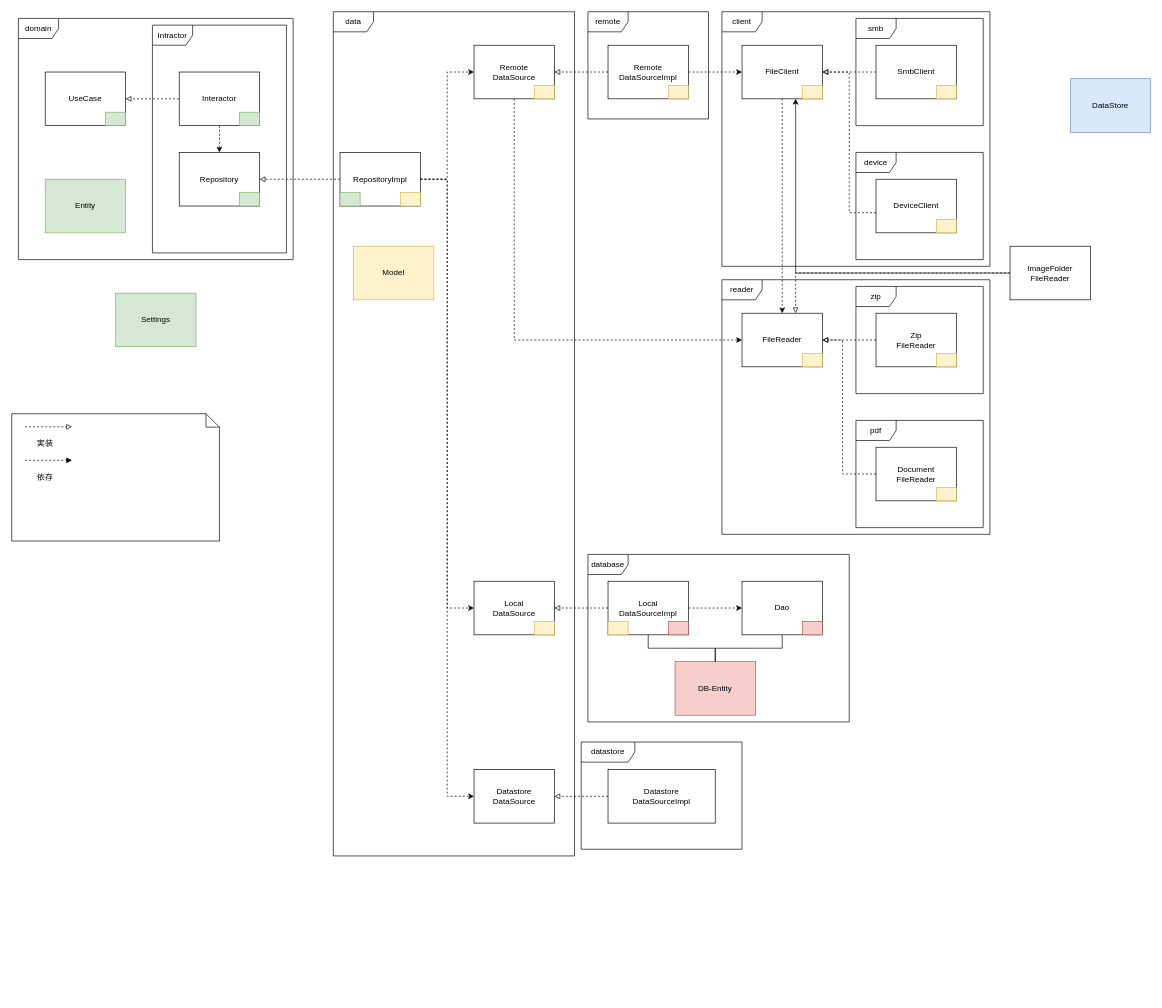
SorrowBlue/remove_history keeps this draw.io diagram as docs/architecture.drawio. Above is the earlier version. Source tidied: cells renumbered, new cells numbered last; positions are measured from the earlier drawing's top-left corner, leaving out a move shared by most shapes. Both pictures are drawn from the tidied source at 67%, with x=0, y=0 at pixel (11, 11).
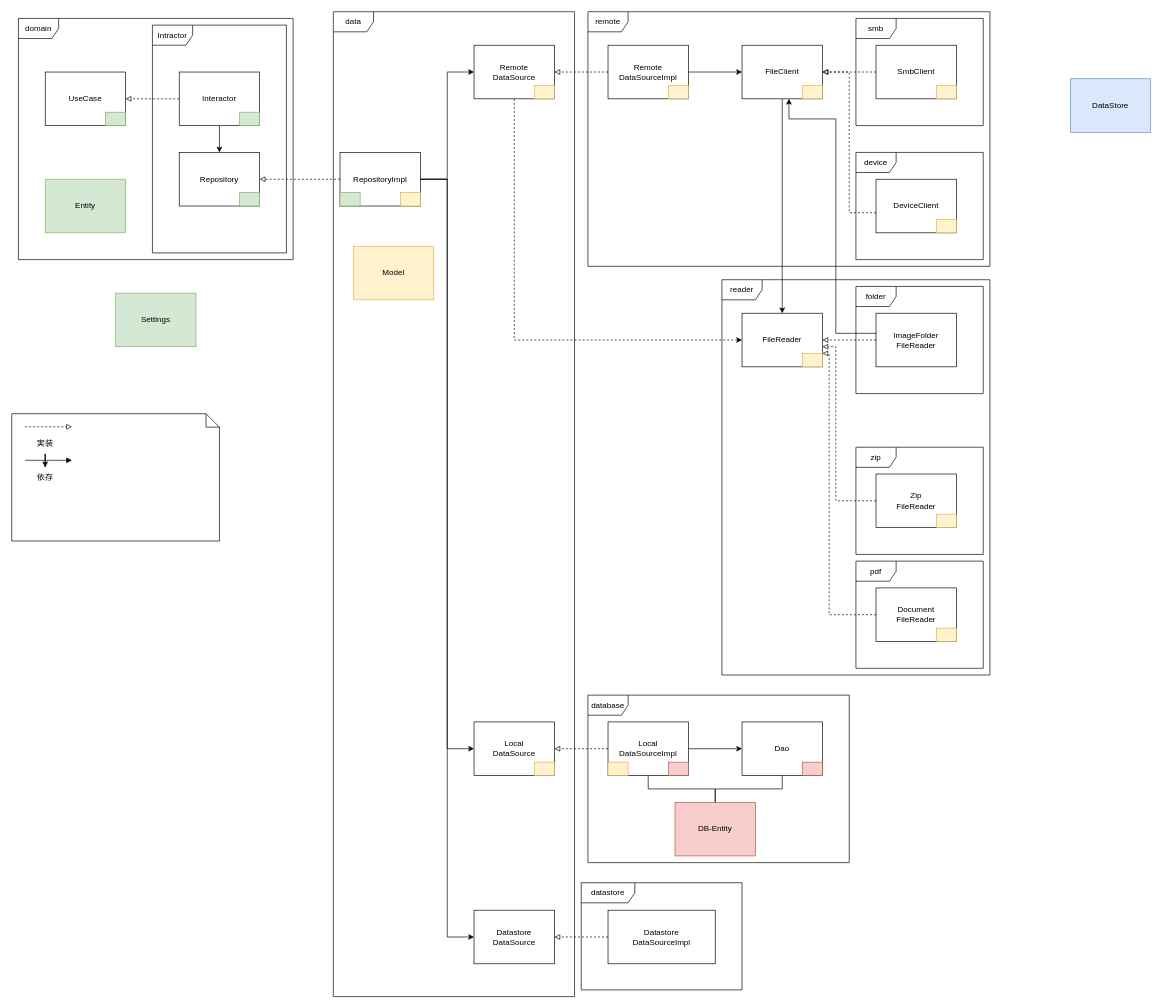
The same diagram, later.

Unchanged cells that the change refers to:
```xml
<mxCell id="14" value="Interactor" style="rounded=0;whiteSpace=wrap;html=1;" parent="1" vertex="1">
  <mxGeometry x="250" y="90" width="120" height="80" as="geometry" />
</mxCell>
<mxCell id="15" value="Repository" style="rounded=0;whiteSpace=wrap;html=1;" parent="1" vertex="1">
  <mxGeometry x="250" y="210" width="120" height="80" as="geometry" />
</mxCell>
<mxCell id="17" value="RepositoryImpl" style="rounded=0;whiteSpace=wrap;html=1;" parent="1" vertex="1">
  <mxGeometry x="490" y="210" width="120" height="80" as="geometry" />
</mxCell>
<mxCell id="18" value="Remote&lt;br&gt;DataSource" style="rounded=0;whiteSpace=wrap;html=1;" parent="1" vertex="1">
  <mxGeometry x="690" y="50" width="120" height="80" as="geometry" />
</mxCell>
<mxCell id="23" value="Remote&lt;br&gt;DataSourceImpl" style="rounded=0;whiteSpace=wrap;html=1;" parent="1" vertex="1">
  <mxGeometry x="890" y="50" width="120" height="80" as="geometry" />
</mxCell>
<mxCell id="28" value="FileClient" style="rounded=0;whiteSpace=wrap;html=1;" parent="1" vertex="1">
  <mxGeometry x="1090" y="50" width="120" height="80" as="geometry" />
</mxCell>
<mxCell id="31" value="FileReader" style="rounded=0;whiteSpace=wrap;html=1;" parent="1" vertex="1">
  <mxGeometry x="1090" y="450" width="120" height="80" as="geometry" />
</mxCell>
<mxCell id="35" style="group;" parent="1" vertex="1">
  <mxGeometry y="600" width="310" height="190" as="geometry" />
</mxCell>
<mxCell id="37" value="依存" style="text;html=1;strokeColor=none;fillColor=none;align=center;verticalAlign=middle;whiteSpace=wrap;rounded=0;" parent="35" vertex="1">
  <mxGeometry x="20" y="80" width="60" height="30" as="geometry" />
</mxCell>
<mxCell id="40" value="実装" style="text;html=1;strokeColor=none;fillColor=none;align=center;verticalAlign=middle;whiteSpace=wrap;rounded=0;" parent="35" vertex="1">
  <mxGeometry x="20" y="29.5" width="60" height="30" as="geometry" />
</mxCell>
```

Change to the diagram source:
```diff
@@
-    <mxCell id="2" value="client" style="shape=umlFrame;whiteSpace=wrap;html=1;" parent="1" vertex="1">
-      <mxGeometry x="1060" width="400" height="380" as="geometry" />
-    </mxCell>
+    <mxCell id="6" value="remote" style="shape=umlFrame;whiteSpace=wrap;html=1;" parent="1" vertex="1">
+      <mxGeometry x="860" width="600" height="380" as="geometry" />
+    </mxCell>
     <mxCell id="3" value="reader" style="shape=umlFrame;whiteSpace=wrap;html=1;" parent="1" vertex="1">
-      <mxGeometry x="1060" y="400" width="400" height="380" as="geometry" />
+      <mxGeometry x="1060" y="400" width="400" height="590" as="geometry" />
     </mxCell>
     <mxCell id="4" value="datastore" style="shape=umlFrame;whiteSpace=wrap;html=1;width=80;height=30;" parent="1" vertex="1">
-      <mxGeometry x="850" y="1090" width="240" height="160" as="geometry" />
+      <mxGeometry x="850" y="1300" width="240" height="160" as="geometry" />
     </mxCell>
     <mxCell id="5" value="data" style="shape=umlFrame;whiteSpace=wrap;html=1;" parent="1" vertex="1">
-      <mxGeometry x="480" width="360" height="1260" as="geometry" />
+      <mxGeometry x="480" width="360" height="1470" as="geometry" />
     </mxCell>
-    <mxCell id="6" value="remote" style="shape=umlFrame;whiteSpace=wrap;html=1;" parent="1" vertex="1">
-      <mxGeometry x="860" width="180" height="160" as="geometry" />
-    </mxCell>
@@
-    <mxCell id="13" style="edgeStyle=orthogonalEdgeStyle;rounded=0;jettySize=auto;html=1;dashed=1;" parent="1" edge="1" source="14" target="15">
+    <mxCell id="13" style="edgeStyle=orthogonalEdgeStyle;rounded=0;jettySize=auto;html=1;" parent="1" edge="1" source="14" target="15">
       <mxGeometry relative="1" as="geometry" />
     </mxCell>
@@
     <mxCell id="19" value="Local&lt;br&gt;DataSource" style="rounded=0;whiteSpace=wrap;html=1;" parent="1" vertex="1">
-      <mxGeometry x="690" y="850" width="120" height="80" as="geometry" />
+      <mxGeometry x="690" y="1060" width="120" height="80" as="geometry" />
     </mxCell>
-    <mxCell id="20" style="edgeStyle=orthogonalEdgeStyle;rounded=0;jettySize=auto;html=1;dashed=1;exitX=1;exitY=0.5;exitDx=0;exitDy=0;" parent="1" edge="1" source="17" target="18">
+    <mxCell id="20" style="edgeStyle=orthogonalEdgeStyle;rounded=0;jettySize=auto;html=1;exitX=1;exitY=0.5;exitDx=0;exitDy=0;" parent="1" edge="1" source="17" target="18">
       <mxGeometry relative="1" as="geometry">
         <Array as="points">
           <mxPoint x="650" y="250" />
           <mxPoint x="650" y="90" />
         </Array>
       </mxGeometry>
     </mxCell>
-    <mxCell id="21" style="edgeStyle=orthogonalEdgeStyle;rounded=0;jettySize=auto;html=1;dashed=1;" parent="1" edge="1" source="17" target="19">
+    <mxCell id="21" style="edgeStyle=orthogonalEdgeStyle;rounded=0;jettySize=auto;html=1;" parent="1" edge="1" source="17" target="19">
       <mxGeometry relative="1" as="geometry">
         <Array as="points">
           <mxPoint x="650" y="250" />
-          <mxPoint x="650" y="890" />
+          <mxPoint x="650" y="1100" />
         </Array>
       </mxGeometry>
     </mxCell>
     <mxCell id="22" value="database" style="shape=umlFrame;whiteSpace=wrap;html=1;" parent="1" vertex="1">
-      <mxGeometry x="860" y="810" width="390" height="250" as="geometry" />
+      <mxGeometry x="860" y="1020" width="390" height="250" as="geometry" />
     </mxCell>
@@
-    <mxCell id="27" style="edgeStyle=orthogonalEdgeStyle;rounded=0;jettySize=auto;html=1;dashed=1;" parent="1" edge="1" source="23" target="28">
+    <mxCell id="27" style="edgeStyle=orthogonalEdgeStyle;rounded=0;jettySize=auto;html=1;" parent="1" edge="1" source="23" target="28">
       <mxGeometry relative="1" as="geometry" />
     </mxCell>
@@
     <mxCell id="32" value="Datastore&lt;br&gt;DataSourceImpl" style="rounded=0;whiteSpace=wrap;html=1;" parent="1" vertex="1">
-      <mxGeometry x="890" y="1131" width="160" height="80" as="geometry" />
+      <mxGeometry x="890" y="1341" width="160" height="80" as="geometry" />
     </mxCell>
     <mxCell id="33" value="DB-Entity" style="rounded=0;whiteSpace=wrap;html=1;fillColor=#f8cecc;strokeColor=#b85450;" parent="1" vertex="1">
-      <mxGeometry x="990" y="970" width="120" height="80" as="geometry" />
+      <mxGeometry x="990" y="1180" width="120" height="80" as="geometry" />
     </mxCell>
@@
-    <mxCell id="38" style="edgeStyle=orthogonalEdgeStyle;rounded=0;orthogonalLoop=1;jettySize=auto;html=1;dashed=1;endArrow=block;endFill=1;" parent="35" edge="1">
+    <mxCell id="38" style="edgeStyle=orthogonalEdgeStyle;rounded=0;orthogonalLoop=1;jettySize=auto;html=1;endArrow=block;endFill=1;" parent="35" edge="1">
       <mxGeometry relative="1" as="geometry">
         <mxPoint x="20" y="69.5" as="sourcePoint" />
         <mxPoint x="90" y="69.5" as="targetPoint" />
       </mxGeometry>
     </mxCell>
@@
+    <mxCell id="81" style="edgeStyle=orthogonalEdgeStyle;rounded=0;jettySize=auto;html=1;" parent="35" edge="1" source="40" target="37">
+      <mxGeometry relative="1" as="geometry" />
+    </mxCell>
@@
     <mxCell id="42" value="Dao" style="rounded=0;whiteSpace=wrap;html=1;" parent="1" vertex="1">
-      <mxGeometry x="1090" y="850" width="120" height="80" as="geometry" />
+      <mxGeometry x="1090" y="1060" width="120" height="80" as="geometry" />
     </mxCell>
     <mxCell id="43" value="Local&lt;br&gt;DataSourceImpl" style="rounded=0;whiteSpace=wrap;html=1;" parent="1" vertex="1">
-      <mxGeometry x="890" y="850" width="120" height="80" as="geometry" />
+      <mxGeometry x="890" y="1060" width="120" height="80" as="geometry" />
     </mxCell>
     <mxCell id="44" value="zip" style="shape=umlFrame;whiteSpace=wrap;html=1;" parent="1" vertex="1">
-      <mxGeometry x="1260" y="410" width="190" height="160" as="geometry" />
+      <mxGeometry x="1260" y="650" width="190" height="160" as="geometry" />
     </mxCell>
     <mxCell id="45" style="edgeStyle=orthogonalEdgeStyle;rounded=0;jettySize=auto;html=1;dashed=1;endArrow=block;endFill=0;" parent="1" edge="1" source="46" target="31">
       <mxGeometry relative="1" as="geometry">
         <Array as="points">
-          <mxPoint x="1230" y="490" />
-          <mxPoint x="1230" y="490" />
+          <mxPoint x="1230" y="730" />
+          <mxPoint x="1230" y="500" />
         </Array>
       </mxGeometry>
     </mxCell>
     <mxCell id="46" value="Zip&lt;br&gt;FileReader" style="rounded=0;whiteSpace=wrap;html=1;" parent="1" vertex="1">
-      <mxGeometry x="1290" y="450" width="120" height="80" as="geometry" />
+      <mxGeometry x="1290" y="690" width="120" height="80" as="geometry" />
     </mxCell>
     <mxCell id="47" value="pdf" style="shape=umlFrame;whiteSpace=wrap;html=1;" parent="1" vertex="1">
-      <mxGeometry x="1260" y="610" width="190" height="160" as="geometry" />
+      <mxGeometry x="1260" y="820" width="190" height="160" as="geometry" />
     </mxCell>
     <mxCell id="48" style="edgeStyle=orthogonalEdgeStyle;rounded=0;jettySize=auto;html=1;dashed=1;endArrow=block;endFill=0;" parent="1" edge="1" source="49" target="31">
       <mxGeometry relative="1" as="geometry">
         <Array as="points">
-          <mxPoint x="1240" y="690" />
-          <mxPoint x="1240" y="490" />
+          <mxPoint x="1220" y="900" />
+          <mxPoint x="1220" y="510" />
         </Array>
       </mxGeometry>
     </mxCell>
     <mxCell id="49" value="Document&lt;br&gt;FileReader" style="rounded=0;whiteSpace=wrap;html=1;" parent="1" vertex="1">
-      <mxGeometry x="1290" y="650" width="120" height="80" as="geometry" />
+      <mxGeometry x="1290" y="860" width="120" height="80" as="geometry" />
     </mxCell>
@@
-    <mxCell id="51" style="edgeStyle=orthogonalEdgeStyle;rounded=0;jettySize=auto;html=1;dashed=1;" parent="1" edge="1" source="43" target="42">
+    <mxCell id="51" style="edgeStyle=orthogonalEdgeStyle;rounded=0;jettySize=auto;html=1;" parent="1" edge="1" source="43" target="42">
       <mxGeometry relative="1" as="geometry" />
     </mxCell>
@@
     <mxCell id="63" style="rounded=0;whiteSpace=wrap;html=1;fillColor=#fff2cc;strokeColor=#d6b656;" parent="1" vertex="1">
-      <mxGeometry x="1380" y="510" width="30" height="20" as="geometry" />
+      <mxGeometry x="1380" y="750" width="30" height="20" as="geometry" />
     </mxCell>
     <mxCell id="64" style="rounded=0;whiteSpace=wrap;html=1;fillColor=#fff2cc;strokeColor=#d6b656;" parent="1" vertex="1">
-      <mxGeometry x="1380" y="710" width="30" height="20" as="geometry" />
+      <mxGeometry x="1380" y="920" width="30" height="20" as="geometry" />
     </mxCell>
@@
     <mxCell id="66" style="rounded=0;whiteSpace=wrap;html=1;fillColor=#fff2cc;strokeColor=#d6b656;" parent="1" vertex="1">
-      <mxGeometry x="780" y="910" width="30" height="20" as="geometry" />
+      <mxGeometry x="780" y="1120" width="30" height="20" as="geometry" />
     </mxCell>
     <mxCell id="67" style="rounded=0;whiteSpace=wrap;html=1;fillColor=#fff2cc;strokeColor=#d6b656;" parent="1" vertex="1">
-      <mxGeometry x="890" y="910" width="30" height="20" as="geometry" />
+      <mxGeometry x="890" y="1120" width="30" height="20" as="geometry" />
     </mxCell>
     <mxCell id="68" style="rounded=0;whiteSpace=wrap;html=1;fillColor=#f8cecc;strokeColor=#b85450;" parent="1" vertex="1">
-      <mxGeometry x="980" y="910" width="30" height="20" as="geometry" />
+      <mxGeometry x="980" y="1120" width="30" height="20" as="geometry" />
     </mxCell>
     <mxCell id="69" style="rounded=0;whiteSpace=wrap;html=1;fillColor=#f8cecc;strokeColor=#b85450;" parent="1" vertex="1">
-      <mxGeometry x="1180" y="910" width="30" height="20" as="geometry" />
+      <mxGeometry x="1180" y="1120" width="30" height="20" as="geometry" />
     </mxCell>
@@
     <mxCell id="72" value="Datastore&lt;br&gt;DataSource" style="rounded=0;whiteSpace=wrap;html=1;" parent="1" vertex="1">
-      <mxGeometry x="690" y="1131" width="120" height="80" as="geometry" />
+      <mxGeometry x="690" y="1341" width="120" height="80" as="geometry" />
     </mxCell>
@@
-    <mxCell id="74" style="edgeStyle=orthogonalEdgeStyle;rounded=0;jettySize=auto;html=1;dashed=1;" parent="1" edge="1" source="17" target="72">
+    <mxCell id="74" style="edgeStyle=orthogonalEdgeStyle;rounded=0;jettySize=auto;html=1;" parent="1" edge="1" source="17" target="72">
       <mxGeometry relative="1" as="geometry">
         <Array as="points">
           <mxPoint x="650" y="250" />
-          <mxPoint x="650" y="1171" />
+          <mxPoint x="650" y="1381" />
         </Array>
       </mxGeometry>
     </mxCell>
@@
-    <mxCell id="76" style="edgeStyle=orthogonalEdgeStyle;rounded=0;jettySize=auto;html=1;dashed=1;exitX=0.5;exitY=1;exitDx=0;exitDy=0;" parent="1" edge="1" source="28" target="31">
+    <mxCell id="76" style="edgeStyle=orthogonalEdgeStyle;rounded=0;jettySize=auto;html=1;exitX=0.5;exitY=1;exitDx=0;exitDy=0;" parent="1" edge="1" source="28" target="31">
       <mxGeometry relative="1" as="geometry">
         <Array as="points">
           <mxPoint x="1150" y="300" />
           <mxPoint x="1150" y="300" />
         </Array>
       </mxGeometry>
     </mxCell>
@@
     <mxCell id="78" style="edgeStyle=orthogonalEdgeStyle;rounded=0;jettySize=auto;html=1;" parent="1" edge="1" source="80" target="28">
       <mxGeometry relative="1" as="geometry">
         <Array as="points">
-          <mxPoint x="1170" y="390" />
+          <mxPoint x="1230" y="480" />
+          <mxPoint x="1230" y="160" />
+          <mxPoint x="1160" y="160" />
         </Array>
       </mxGeometry>
     </mxCell>
     <mxCell id="79" style="edgeStyle=orthogonalEdgeStyle;rounded=0;jettySize=auto;html=1;dashed=1;endArrow=block;endFill=0;" parent="1" edge="1" source="80" target="31">
       <mxGeometry relative="1" as="geometry">
         <Array as="points">
-          <mxPoint x="1170" y="390" />
+          <mxPoint x="1200" y="490" />
+          <mxPoint x="1200" y="490" />
         </Array>
       </mxGeometry>
     </mxCell>
     <mxCell id="80" value="ImageFolder&lt;br&gt;FileReader" style="rounded=0;whiteSpace=wrap;html=1;" parent="1" vertex="1">
-      <mxGeometry x="1490" y="350" width="120" height="80" as="geometry" />
+      <mxGeometry x="1290" y="450" width="120" height="80" as="geometry" />
     </mxCell>
+    <mxCell id="82" value="folder" style="shape=umlFrame;whiteSpace=wrap;html=1;" parent="1" vertex="1">
+      <mxGeometry x="1260" y="410" width="190" height="160" as="geometry" />
+    </mxCell>
```
